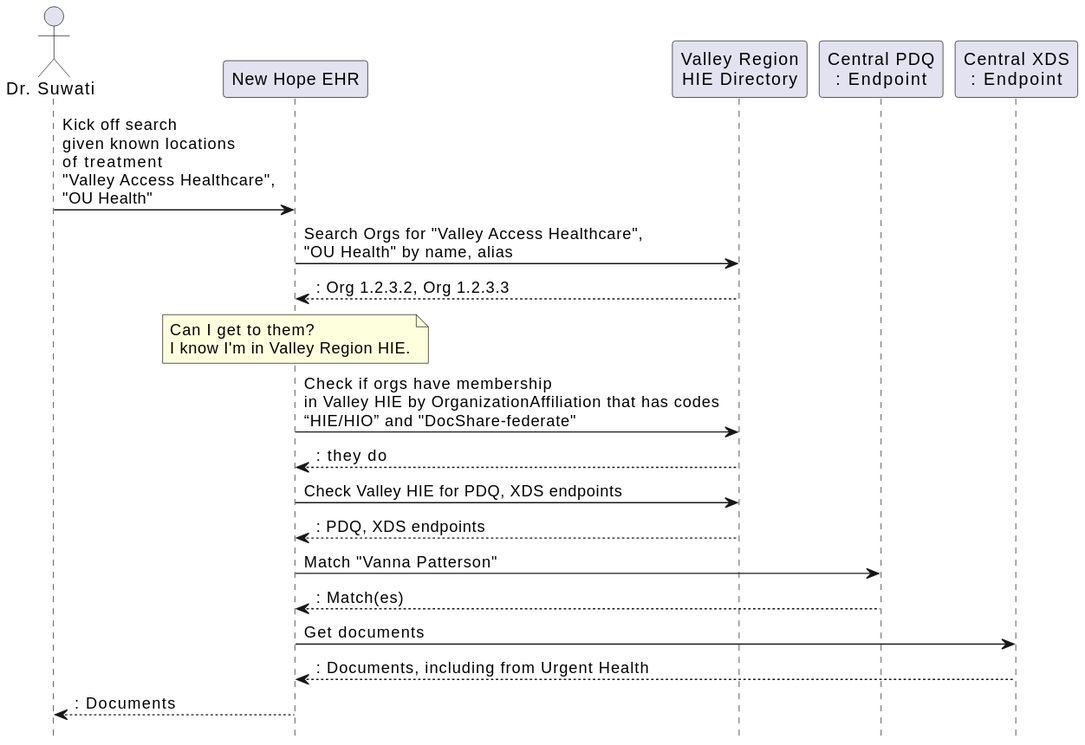
The PlantUML diagram images/access-intra-central-orgAff-seq.svg in IHE/ITI.Topologies, before a commit. The source it was exported from:
```plantuml
@startuml
hide footbox

actor "Dr. Suwati" as actor1
participant "New Hope EHR" as ehr
participant "Valley Region\nHIE Directory" as dir
participant "Central PDQ\n: Endpoint" as xcpd
participant "Central XDS\n: Endpoint" as xca


actor1 -> ehr: Kick off search\ngiven known locations\nof treatment\n"Valley Access Healthcare",\n"OU Health"
ehr -> dir: Search Orgs for "Valley Access Healthcare",\n"OU Health" by name, alias
dir --> ehr: : Org 1.2.3.2, Org 1.2.3.3
note over ehr : Can I get to them?\nI know I'm in Valley Region HIE.

ehr -> dir: Check if orgs have membership\nin Valley HIE by OrganizationAffiliation that has codes\n“HIE/HIO” and "DocShare-federate"
dir --> ehr: : they do

ehr -> dir: Check Valley HIE for PDQ, XDS endpoints
dir --> ehr: : PDQ, XDS endpoints

ehr -> xcpd : Match "Vanna Patterson"
xcpd --> ehr: : Match(es)

ehr -> xca : Get documents
xca --> ehr: : Documents, including from Urgent Health
ehr --> actor1: : Documents
@enduml
```
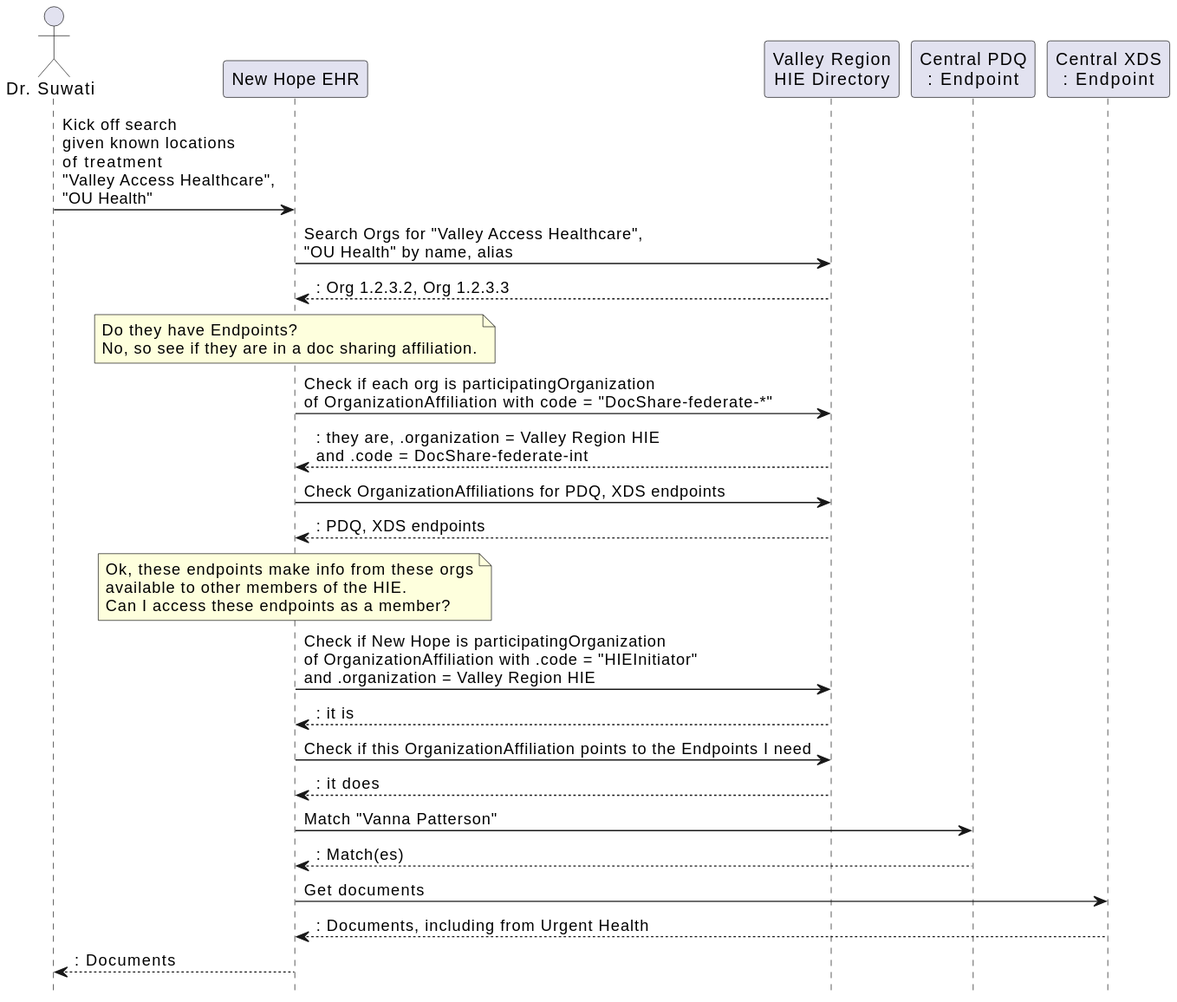
After the commit.

Commit message:
Added latest endpoint discovery logic

What changed in the source:
```diff
@@ -11,13 +11,19 @@
 actor1 -> ehr: Kick off search\ngiven known locations\nof treatment\n"Valley Access Healthcare",\n"OU Health"
 ehr -> dir: Search Orgs for "Valley Access Healthcare",\n"OU Health" by name, alias
 dir --> ehr: : Org 1.2.3.2, Org 1.2.3.3
-note over ehr : Can I get to them?\nI know I'm in Valley Region HIE.
+note over ehr : Do they have Endpoints?\nNo, so see if they are in a doc sharing affiliation.
 
-ehr -> dir: Check if orgs have membership\nin Valley HIE by OrganizationAffiliation that has codes\n“HIE/HIO” and "DocShare-federate"
-dir --> ehr: : they do
+ehr -> dir: Check if each org is participatingOrganization\nof OrganizationAffiliation with code = "DocShare-federate-*"
+dir --> ehr: : they are, .organization = Valley Region HIE\nand .code = DocShare-federate-int
 
-ehr -> dir: Check Valley HIE for PDQ, XDS endpoints
+ehr -> dir: Check OrganizationAffiliations for PDQ, XDS endpoints
 dir --> ehr: : PDQ, XDS endpoints
+
+note over ehr : Ok, these endpoints make info from these orgs\navailable to other members of the HIE.\nCan I access these endpoints as a member?
+ehr -> dir: Check if New Hope is participatingOrganization\nof OrganizationAffiliation with .code = "HIEInitiator"\nand .organization = Valley Region HIE
+dir --> ehr: : it is
+ehr -> dir: Check if this OrganizationAffiliation points to the Endpoints I need
+dir --> ehr: : it does
 
 ehr -> xcpd : Match "Vanna Patterson"
 xcpd --> ehr: : Match(es)
```
